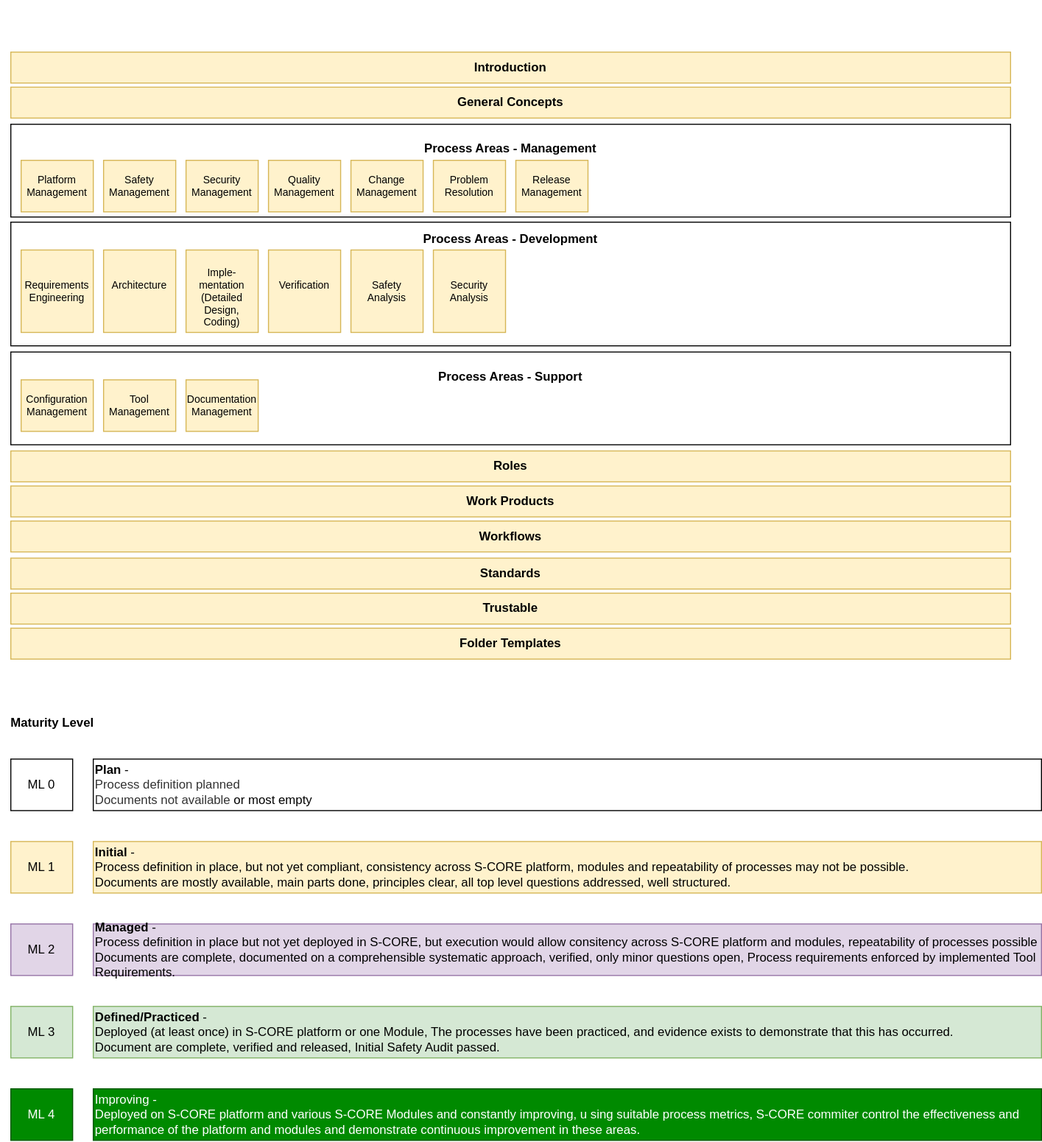
Earlier version of the draw.io export main/_images/score_process_area_overview.drawio.svg (eclipse-score/process_description). Source tidied: cells renumbered, new cells last; positions are measured from the earlier drawing's top-left corner, leaving out a move shared by most shapes.
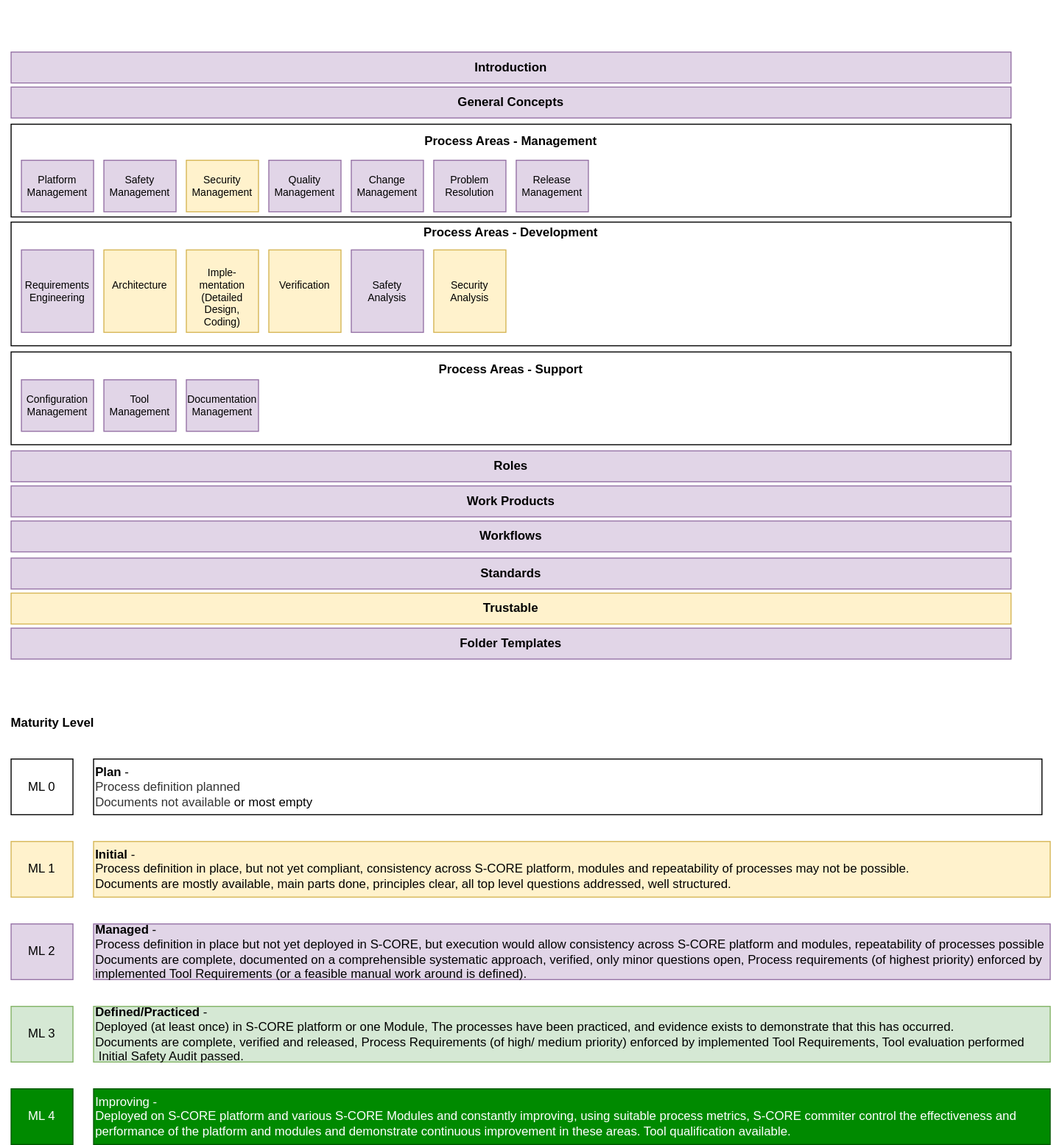
After the change.

Change to the diagram source:
```diff
@@ -8,31 +8,31 @@
     <mxCell id="3" value="&lt;b&gt;&lt;br&gt;&lt;br&gt;&lt;br&gt;&lt;br&gt;Process Areas - Development&lt;br&gt;&lt;br&gt;&lt;br&gt;&lt;br&gt;&lt;br&gt;&lt;br&gt;&lt;br&gt;&lt;br&gt;&lt;br&gt;&lt;br&gt;&lt;br&gt;&amp;nbsp;&lt;/b&gt;" style="rounded=0;whiteSpace=wrap;html=1;" parent="1" vertex="1">
       <mxGeometry x="10" y="165" width="970" height="120" as="geometry" />
     </mxCell>
-    <mxCell id="4" value="&lt;span style=&quot;&quot;&gt;Introduction&lt;/span&gt;" style="rounded=0;whiteSpace=wrap;html=1;fontStyle=1;fillColor=#fff2cc;strokeColor=#d6b656;" parent="1" vertex="1">
+    <mxCell id="4" value="&lt;span style=&quot;&quot;&gt;Introduction&lt;/span&gt;" style="rounded=0;whiteSpace=wrap;html=1;fontStyle=1;fillColor=#e1d5e7;strokeColor=#9673a6;" parent="1" vertex="1">
       <mxGeometry x="10" width="970" height="30" as="geometry" />
     </mxCell>
     <mxCell id="5" value="&lt;b&gt;&lt;br&gt;&lt;br&gt;&lt;br&gt;&lt;br&gt;&lt;br&gt;&lt;br&gt;&lt;br&gt;&lt;br&gt;&lt;br&gt;Process Areas - Management&lt;br&gt;&lt;br&gt;&lt;br&gt;&lt;br&gt;&lt;br&gt;&lt;br&gt;&lt;br&gt;&lt;br&gt;&lt;br&gt;&lt;br&gt;&lt;br&gt;&lt;br&gt;&lt;br&gt;&amp;nbsp;&lt;/b&gt;" style="rounded=0;whiteSpace=wrap;html=1;" parent="1" vertex="1">
       <mxGeometry x="10" y="70" width="970" height="90" as="geometry" />
     </mxCell>
-    <mxCell id="6" value="Requirements&lt;br style=&quot;font-size: 10px;&quot;&gt;Engineering" style="rounded=0;whiteSpace=wrap;html=1;fillColor=#fff2cc;strokeColor=#d6b656;fontSize=10;verticalAlign=middle;" parent="1" vertex="1">
+    <mxCell id="6" value="Requirements&lt;br style=&quot;font-size: 10px;&quot;&gt;Engineering" style="rounded=0;whiteSpace=wrap;html=1;fillColor=#e1d5e7;strokeColor=#9673a6;fontSize=10;verticalAlign=middle;" parent="1" vertex="1">
       <mxGeometry x="20" y="192" width="70" height="80" as="geometry" />
     </mxCell>
-    <mxCell id="7" value="Safety&lt;br style=&quot;font-size: 10px;&quot;&gt;Management" style="rounded=0;whiteSpace=wrap;html=1;fillColor=#fff2cc;strokeColor=#d6b656;fontSize=10;verticalAlign=middle;" parent="1" vertex="1">
+    <mxCell id="7" value="Safety&lt;br style=&quot;font-size: 10px;&quot;&gt;Management" style="rounded=0;whiteSpace=wrap;html=1;fillColor=#e1d5e7;strokeColor=#9673a6;fontSize=10;verticalAlign=middle;" parent="1" vertex="1">
       <mxGeometry x="100" y="105" width="70" height="50" as="geometry" />
     </mxCell>
-    <mxCell id="8" value="Change Management&lt;br&gt;" style="rounded=0;whiteSpace=wrap;html=1;fillColor=#fff2cc;strokeColor=#d6b656;fontSize=10;verticalAlign=middle;" parent="1" vertex="1">
+    <mxCell id="8" value="Change Management&lt;br&gt;" style="rounded=0;whiteSpace=wrap;html=1;fillColor=#e1d5e7;strokeColor=#9673a6;fontSize=10;verticalAlign=middle;" parent="1" vertex="1">
       <mxGeometry x="340" y="105" width="70" height="50" as="geometry" />
     </mxCell>
-    <mxCell id="9" value="Documentation&lt;br style=&quot;font-size: 10px;&quot;&gt;Management" style="rounded=0;whiteSpace=wrap;html=1;fillColor=#fff2cc;strokeColor=#d6b656;fontSize=10;" parent="1" vertex="1">
+    <mxCell id="9" value="Documentation&lt;br style=&quot;font-size: 10px;&quot;&gt;Management" style="rounded=0;whiteSpace=wrap;html=1;fillColor=#e1d5e7;strokeColor=#9673a6;fontSize=10;" parent="1" vertex="1">
       <mxGeometry x="180" y="318" width="70" height="50" as="geometry" />
     </mxCell>
-    <mxCell id="10" value="&lt;span style=&quot;&quot;&gt;General Concepts&lt;/span&gt;" style="rounded=0;whiteSpace=wrap;html=1;fontStyle=1;fillColor=#fff2cc;strokeColor=#d6b656;" parent="1" vertex="1">
+    <mxCell id="10" value="&lt;span style=&quot;&quot;&gt;General Concepts&lt;/span&gt;" style="rounded=0;whiteSpace=wrap;html=1;fontStyle=1;fillColor=#e1d5e7;strokeColor=#9673a6;" parent="1" vertex="1">
       <mxGeometry x="10" y="34" width="970" height="30" as="geometry" />
     </mxCell>
-    <mxCell id="11" value="&lt;span style=&quot;&quot;&gt;Standards&lt;/span&gt;" style="rounded=0;whiteSpace=wrap;html=1;fontStyle=1;fillColor=#fff2cc;strokeColor=#d6b656;" parent="1" vertex="1">
+    <mxCell id="11" value="&lt;span style=&quot;&quot;&gt;Standards&lt;/span&gt;" style="rounded=0;whiteSpace=wrap;html=1;fontStyle=1;fillColor=#e1d5e7;strokeColor=#9673a6;" parent="1" vertex="1">
       <mxGeometry x="10" y="491" width="970" height="30" as="geometry" />
     </mxCell>
-    <mxCell id="12" value="&lt;span style=&quot;&quot;&gt;Roles&lt;/span&gt;" style="rounded=0;whiteSpace=wrap;html=1;fontStyle=1;fillColor=#fff2cc;strokeColor=#d6b656;" parent="1" vertex="1">
+    <mxCell id="12" value="&lt;span style=&quot;&quot;&gt;Roles&lt;/span&gt;" style="rounded=0;whiteSpace=wrap;html=1;fontStyle=1;fillColor=#e1d5e7;strokeColor=#9673a6;" parent="1" vertex="1">
       <mxGeometry x="10" y="387" width="970" height="30" as="geometry" />
     </mxCell>
     <mxCell id="13" value="&lt;br style=&quot;font-size: 10px;&quot;&gt;&lt;br style=&quot;font-size: 10px;&quot;&gt;Architecture&lt;br style=&quot;font-size: 10px;&quot;&gt;&lt;br style=&quot;font-size: 10px;&quot;&gt;&lt;br style=&quot;font-size: 10px;&quot;&gt;&lt;br style=&quot;font-size: 10px;&quot;&gt;" style="rounded=0;whiteSpace=wrap;html=1;fillColor=#fff2cc;strokeColor=#d6b656;verticalAlign=middle;fontSize=10;" parent="1" vertex="1">
@@ -41,73 +41,73 @@
     <mxCell id="14" value="&lt;font style=&quot;font-size: 10px;&quot;&gt;&lt;font style=&quot;font-size: 10px;&quot;&gt;&lt;br style=&quot;font-size: 10px;&quot;&gt;Imple-mentation&lt;/font&gt;&lt;br style=&quot;font-size: 10px;&quot;&gt;&lt;span style=&quot;font-size: 10px;&quot;&gt;(Detailed Design, &lt;/span&gt;&lt;br style=&quot;font-size: 10px;&quot;&gt;&lt;span style=&quot;font-size: 10px;&quot;&gt;Coding)&lt;/span&gt;&lt;/font&gt;" style="rounded=0;whiteSpace=wrap;html=1;fillColor=#fff2cc;strokeColor=#d6b656;fontSize=10;" parent="1" vertex="1">
       <mxGeometry x="180" y="192" width="70" height="80" as="geometry" />
     </mxCell>
-    <mxCell id="15" value="Problem Resolution" style="rounded=0;whiteSpace=wrap;html=1;fontSize=10;fillColor=#fff2cc;strokeColor=#d6b656;" parent="1" vertex="1">
+    <mxCell id="15" value="Problem Resolution" style="rounded=0;whiteSpace=wrap;html=1;fontSize=10;fillColor=#e1d5e7;strokeColor=#9673a6;" parent="1" vertex="1">
       <mxGeometry x="420" y="105" width="70" height="50" as="geometry" />
     </mxCell>
     <mxCell id="16" value="ML 4" style="rounded=0;whiteSpace=wrap;html=1;fillColor=#008a00;strokeColor=#005700;fontColor=#ffffff;" parent="1" vertex="1">
-      <mxGeometry x="10" y="1006" width="60" height="50" as="geometry" />
+      <mxGeometry x="10" y="1006" width="60" height="54" as="geometry" />
     </mxCell>
     <mxCell id="17" value="ML 2" style="rounded=0;whiteSpace=wrap;html=1;fillColor=#e1d5e7;strokeColor=#9673a6;" parent="1" vertex="1">
-      <mxGeometry x="10" y="846" width="60" height="50" as="geometry" />
+      <mxGeometry x="10" y="846" width="60" height="54" as="geometry" />
     </mxCell>
     <mxCell id="18" value="ML 1" style="rounded=0;whiteSpace=wrap;html=1;fillColor=#fff2cc;strokeColor=#d6b656;" parent="1" vertex="1">
-      <mxGeometry x="10" y="766" width="60" height="50" as="geometry" />
+      <mxGeometry x="10" y="766" width="60" height="54" as="geometry" />
     </mxCell>
     <mxCell id="19" value="Verification&lt;br style=&quot;font-size: 10px;&quot;&gt;&lt;br style=&quot;font-size: 10px;&quot;&gt;" style="rounded=0;whiteSpace=wrap;html=1;fillColor=#fff2cc;strokeColor=#d6b656;fontSize=10;" parent="1" vertex="1">
       <mxGeometry x="260" y="192" width="70" height="80" as="geometry" />
     </mxCell>
-    <mxCell id="20" value="Configuration&lt;br style=&quot;font-size: 10px;&quot;&gt;Management" style="rounded=0;whiteSpace=wrap;html=1;fontSize=10;fillColor=#fff2cc;strokeColor=#d6b656;verticalAlign=middle;" parent="1" vertex="1">
+    <mxCell id="20" value="Configuration&lt;br style=&quot;font-size: 10px;&quot;&gt;Management" style="rounded=0;whiteSpace=wrap;html=1;fontSize=10;fillColor=#e1d5e7;strokeColor=#9673a6;verticalAlign=middle;" parent="1" vertex="1">
       <mxGeometry x="20" y="318" width="70" height="50" as="geometry" />
     </mxCell>
-    <mxCell id="21" value="Tool&lt;br style=&quot;font-size: 10px;&quot;&gt;Management" style="rounded=0;whiteSpace=wrap;html=1;fontSize=10;fillColor=#fff2cc;strokeColor=#d6b656;" parent="1" vertex="1">
+    <mxCell id="21" value="Tool&lt;br style=&quot;font-size: 10px;&quot;&gt;Management" style="rounded=0;whiteSpace=wrap;html=1;fontSize=10;fillColor=#e1d5e7;strokeColor=#9673a6;" parent="1" vertex="1">
       <mxGeometry x="100" y="318" width="70" height="50" as="geometry" />
     </mxCell>
-    <mxCell id="22" value="Quality&lt;br style=&quot;font-size: 10px;&quot;&gt;Management" style="rounded=0;whiteSpace=wrap;html=1;fontSize=10;fillColor=#fff2cc;strokeColor=#d6b656;verticalAlign=middle;" parent="1" vertex="1">
+    <mxCell id="22" value="Quality&lt;br style=&quot;font-size: 10px;&quot;&gt;Management" style="rounded=0;whiteSpace=wrap;html=1;fontSize=10;fillColor=#e1d5e7;strokeColor=#9673a6;verticalAlign=middle;" parent="1" vertex="1">
       <mxGeometry x="260" y="105" width="70" height="50" as="geometry" />
     </mxCell>
-    <mxCell id="23" value="Platform&lt;br style=&quot;font-size: 10px;&quot;&gt;Management" style="rounded=0;whiteSpace=wrap;html=1;fontSize=10;fillColor=#fff2cc;strokeColor=#d6b656;verticalAlign=middle;" parent="1" vertex="1">
+    <mxCell id="23" value="Platform&lt;br style=&quot;font-size: 10px;&quot;&gt;Management" style="rounded=0;whiteSpace=wrap;html=1;fontSize=10;fillColor=#e1d5e7;strokeColor=#9673a6;verticalAlign=middle;" parent="1" vertex="1">
       <mxGeometry x="20" y="105" width="70" height="50" as="geometry" />
     </mxCell>
     <mxCell id="24" value="&lt;b&gt;Maturity Level&lt;/b&gt;" style="text;html=1;align=center;verticalAlign=middle;strokeColor=none;fillColor=none;" parent="1" vertex="1">
       <mxGeometry y="636" width="100" height="30" as="geometry" />
     </mxCell>
     <mxCell id="25" value="ML 0" style="rounded=0;whiteSpace=wrap;html=1;" parent="1" vertex="1">
-      <mxGeometry x="10" y="686" width="60" height="50" as="geometry" />
+      <mxGeometry x="10" y="686" width="60" height="54" as="geometry" />
     </mxCell>
-    <mxCell id="26" value="&lt;br style=&quot;font-size: 10px;&quot;&gt;Safety&lt;br style=&quot;font-size: 10px;&quot;&gt;Analysis&lt;br style=&quot;font-size: 10px;&quot;&gt;&lt;br style=&quot;font-size: 10px;&quot;&gt;" style="rounded=0;whiteSpace=wrap;html=1;fillColor=#fff2cc;strokeColor=#d6b656;fontSize=10;" parent="1" vertex="1">
+    <mxCell id="26" value="&lt;br style=&quot;font-size: 10px;&quot;&gt;Safety&lt;br style=&quot;font-size: 10px;&quot;&gt;Analysis&lt;br style=&quot;font-size: 10px;&quot;&gt;&lt;br style=&quot;font-size: 10px;&quot;&gt;" style="rounded=0;whiteSpace=wrap;html=1;fillColor=#e1d5e7;strokeColor=#9673a6;fontSize=10;" parent="1" vertex="1">
       <mxGeometry x="340" y="192" width="70" height="80" as="geometry" />
     </mxCell>
-    <mxCell id="27" value="&lt;span style=&quot;&quot;&gt;Work Products&lt;/span&gt;" style="rounded=0;whiteSpace=wrap;html=1;fontStyle=1;fillColor=#fff2cc;strokeColor=#d6b656;" parent="1" vertex="1">
+    <mxCell id="27" value="&lt;span style=&quot;&quot;&gt;Work Products&lt;/span&gt;" style="rounded=0;whiteSpace=wrap;html=1;fontStyle=1;fillColor=#e1d5e7;strokeColor=#9673a6;" parent="1" vertex="1">
       <mxGeometry x="10" y="421" width="970" height="30" as="geometry" />
     </mxCell>
-    <mxCell id="28" value="&lt;span style=&quot;&quot;&gt;Workflows&lt;/span&gt;" style="rounded=0;whiteSpace=wrap;html=1;fontStyle=1;fillColor=#fff2cc;strokeColor=#d6b656;" parent="1" vertex="1">
+    <mxCell id="28" value="&lt;span style=&quot;&quot;&gt;Workflows&lt;/span&gt;" style="rounded=0;whiteSpace=wrap;html=1;fontStyle=1;fillColor=#e1d5e7;strokeColor=#9673a6;" parent="1" vertex="1">
       <mxGeometry x="10" y="455" width="970" height="30" as="geometry" />
     </mxCell>
     <mxCell id="29" value="ML 3" style="rounded=0;whiteSpace=wrap;html=1;fillColor=#d5e8d4;strokeColor=#82b366;" parent="1" vertex="1">
-      <mxGeometry x="10" y="926" width="60" height="50" as="geometry" />
+      <mxGeometry x="10" y="926" width="60" height="54" as="geometry" />
     </mxCell>
     <mxCell id="30" value="&lt;b&gt;Plan&lt;/b&gt; -&amp;nbsp;&lt;br&gt;&lt;span style=&quot;color: rgb(51, 51, 51);&quot;&gt;Process definition&amp;nbsp;planned&lt;br&gt;Documents not available&amp;nbsp;&lt;/span&gt;or most empty" style="rounded=0;whiteSpace=wrap;html=1;align=left;" parent="1" vertex="1">
-      <mxGeometry x="90" y="686" width="920" height="50" as="geometry" />
+      <mxGeometry x="90" y="686" width="920" height="54" as="geometry" />
     </mxCell>
     <mxCell id="31" value="&lt;b&gt;Initial&lt;/b&gt; -&amp;nbsp;&lt;br&gt;&lt;span style=&quot;background-color: initial;&quot;&gt;Process definition in&amp;nbsp;&lt;/span&gt;&lt;span style=&quot;background-color: initial;&quot;&gt;place, but not yet compliant,&amp;nbsp;&lt;/span&gt;&lt;span style=&quot;text-align: center;&quot;&gt;consistency across S-CORE platform, modules and repeatability of processes may not be possible.&lt;br&gt;Documents are mostly available, main parts done, principles clear, all top level questions addressed, well structured.&lt;br&gt;&lt;/span&gt;" style="rounded=0;whiteSpace=wrap;html=1;fillColor=#fff2cc;strokeColor=#d6b656;align=left;" parent="1" vertex="1">
-      <mxGeometry x="90" y="766" width="920" height="50" as="geometry" />
+      <mxGeometry x="90" y="766" width="928" height="54" as="geometry" />
     </mxCell>
-    <mxCell id="32" value="&lt;b&gt;Managed&lt;/b&gt; -&lt;br&gt;&lt;span style=&quot;color: rgb(0, 0, 0); background-color: initial;&quot;&gt;Process definition in place but not&amp;nbsp;&lt;/span&gt;&lt;span style=&quot;color: rgb(0, 0, 0); background-color: initial;&quot;&gt;yet deployed in S-CORE, but&amp;nbsp;&lt;/span&gt;&lt;span style=&quot;text-align: center;&quot;&gt;execution would allow consitency across S-CORE platform and modules, repeatability of processes possible&lt;br&gt;Documents are complete, documented on a comprehensible systematic approach, verified, only minor questions open, Process requirements enforced by implemented Tool Requirements.&lt;br&gt;&lt;/span&gt;" style="rounded=0;whiteSpace=wrap;html=1;fillColor=#e1d5e7;strokeColor=#9673a6;align=left;" parent="1" vertex="1">
-      <mxGeometry x="90" y="846" width="920" height="50" as="geometry" />
+    <mxCell id="32" value="&lt;b&gt;Managed&lt;/b&gt; -&lt;br&gt;&lt;span style=&quot;color: rgb(0, 0, 0); background-color: initial;&quot;&gt;Process definition in place but not&amp;nbsp;&lt;/span&gt;&lt;span style=&quot;color: rgb(0, 0, 0); background-color: initial;&quot;&gt;yet deployed in S-CORE, but&amp;nbsp;&lt;/span&gt;&lt;span style=&quot;text-align: center;&quot;&gt;execution would allow consistency across S-CORE platform and modules, repeatability of processes possible&lt;br&gt;Documents are complete, documented on a comprehensible systematic approach, verified, only minor questions open, Process requirements (of highest priority) enforced by implemented Tool Requirements (or a feasible manual work around is defined).&lt;br&gt;&lt;/span&gt;" style="rounded=0;whiteSpace=wrap;html=1;fillColor=#e1d5e7;strokeColor=#9673a6;align=left;" parent="1" vertex="1">
+      <mxGeometry x="90" y="846" width="928" height="54" as="geometry" />
     </mxCell>
-    <mxCell id="33" value="&lt;b&gt;Defined/Practiced&lt;/b&gt; -&amp;nbsp;&lt;br&gt;&lt;span style=&quot;color: rgb(0, 0, 0); background-color: initial;&quot;&gt;Deployed (at least once) in S-CORE platform or one Module,&amp;nbsp;&lt;/span&gt;&lt;span style=&quot;text-align: center;&quot;&gt;&lt;font color=&quot;#000000&quot;&gt;The processes have been practiced, and evidence exists to demonstrate that this has occurred.&amp;nbsp;&lt;/font&gt;&lt;br&gt;&lt;font color=&quot;#000000&quot;&gt;Document are complete, verified and released, Initial Safety Audit passed.&lt;/font&gt;&lt;br&gt;&lt;/span&gt;" style="rounded=0;whiteSpace=wrap;html=1;fillColor=#d5e8d4;strokeColor=#82b366;align=left;" parent="1" vertex="1">
-      <mxGeometry x="90" y="926" width="920" height="50" as="geometry" />
+    <mxCell id="33" value="&lt;b&gt;Defined/Practiced&lt;/b&gt; -&amp;nbsp;&lt;br&gt;&lt;span style=&quot;color: rgb(0, 0, 0); background-color: initial;&quot;&gt;Deployed (at least once) in S-CORE platform or one Module,&amp;nbsp;&lt;/span&gt;&lt;font color=&quot;#000000&quot;&gt;The processes have been practiced, and evidence exists to demonstrate that this has occurred.&amp;nbsp;&lt;/font&gt;&lt;br&gt;&lt;font color=&quot;#000000&quot;&gt;Documents are complete, verified and released, Process Requirements (of high/ medium priority)&amp;nbsp;&lt;/font&gt;&lt;span style=&quot;text-align: center;&quot;&gt;enforced by implemented Tool Requirements, Tool evaluation performed&lt;/span&gt;&lt;span style=&quot;text-align: center;&quot;&gt;&lt;font color=&quot;#000000&quot;&gt;&lt;br&gt;&amp;nbsp;Initial Safety Audit passed.&lt;/font&gt;&lt;br&gt;&lt;/span&gt;" style="rounded=0;whiteSpace=wrap;html=1;fillColor=#d5e8d4;strokeColor=#82b366;align=left;" parent="1" vertex="1">
+      <mxGeometry x="90" y="926" width="928" height="54" as="geometry" />
     </mxCell>
-    <mxCell id="34" value="Improving -&amp;nbsp;&lt;br&gt;&lt;span style=&quot;background-color: initial;&quot;&gt;Deployed on S-CORE platform and various S-CORE Modules and&amp;nbsp;&lt;/span&gt;&lt;span style=&quot;background-color: initial;&quot;&gt;constantly improving, u&lt;/span&gt;&lt;span style=&quot;text-align: center;&quot;&gt;sing suitable process metrics, S-CORE commiter control the effectiveness and performance of the platform and modules and demonstrate continuous improvement in these areas.&lt;/span&gt;" style="rounded=0;whiteSpace=wrap;html=1;fillColor=#008a00;strokeColor=#005700;fontColor=#FFFFFF;align=left;" parent="1" vertex="1">
-      <mxGeometry x="90" y="1006" width="920" height="50" as="geometry" />
+    <mxCell id="34" value="Improving -&amp;nbsp;&lt;br&gt;&lt;span style=&quot;background-color: initial;&quot;&gt;Deployed on S-CORE platform and various S-CORE Modules and&amp;nbsp;&lt;/span&gt;&lt;span style=&quot;background-color: initial;&quot;&gt;constantly improving, u&lt;/span&gt;&lt;span style=&quot;text-align: center;&quot;&gt;sing suitable process metrics, S-CORE commiter control the effectiveness and performance of the platform and modules and demonstrate continuous improvement in these areas. Tool qualification available.&lt;/span&gt;" style="rounded=0;whiteSpace=wrap;html=1;fillColor=#008a00;strokeColor=#005700;fontColor=#FFFFFF;align=left;" parent="1" vertex="1">
+      <mxGeometry x="90" y="1006" width="928" height="54" as="geometry" />
     </mxCell>
-    <mxCell id="35" value="Release&lt;br style=&quot;font-size: 10px;&quot;&gt;Management" style="rounded=0;whiteSpace=wrap;html=1;fontSize=10;fillColor=#fff2cc;strokeColor=#d6b656;" parent="1" vertex="1">
+    <mxCell id="35" value="Release&lt;br style=&quot;font-size: 10px;&quot;&gt;Management" style="rounded=0;whiteSpace=wrap;html=1;fontSize=10;fillColor=#e1d5e7;strokeColor=#9673a6;" parent="1" vertex="1">
       <mxGeometry x="500" y="105" width="70" height="50" as="geometry" />
     </mxCell>
     <mxCell id="36" value="&lt;span style=&quot;&quot;&gt;Trustable&lt;/span&gt;" style="rounded=0;whiteSpace=wrap;html=1;fontStyle=1;fillColor=#fff2cc;strokeColor=#d6b656;" parent="1" vertex="1">
       <mxGeometry x="10" y="525" width="970" height="30" as="geometry" />
     </mxCell>
-    <mxCell id="37" value="&lt;span style=&quot;&quot;&gt;Folder Templates&lt;/span&gt;" style="rounded=0;whiteSpace=wrap;html=1;fontStyle=1;fillColor=#fff2cc;strokeColor=#d6b656;" parent="1" vertex="1">
+    <mxCell id="37" value="&lt;span style=&quot;&quot;&gt;Folder Templates&lt;/span&gt;" style="rounded=0;whiteSpace=wrap;html=1;fontStyle=1;fillColor=#e1d5e7;strokeColor=#9673a6;" parent="1" vertex="1">
       <mxGeometry x="10" y="559" width="970" height="30" as="geometry" />
     </mxCell>
     <mxCell id="38" value="Security&lt;br style=&quot;font-size: 10px;&quot;&gt;Management" style="rounded=0;whiteSpace=wrap;html=1;fontSize=10;fillColor=#fff2cc;strokeColor=#d6b656;verticalAlign=middle;" parent="1" vertex="1">
```
